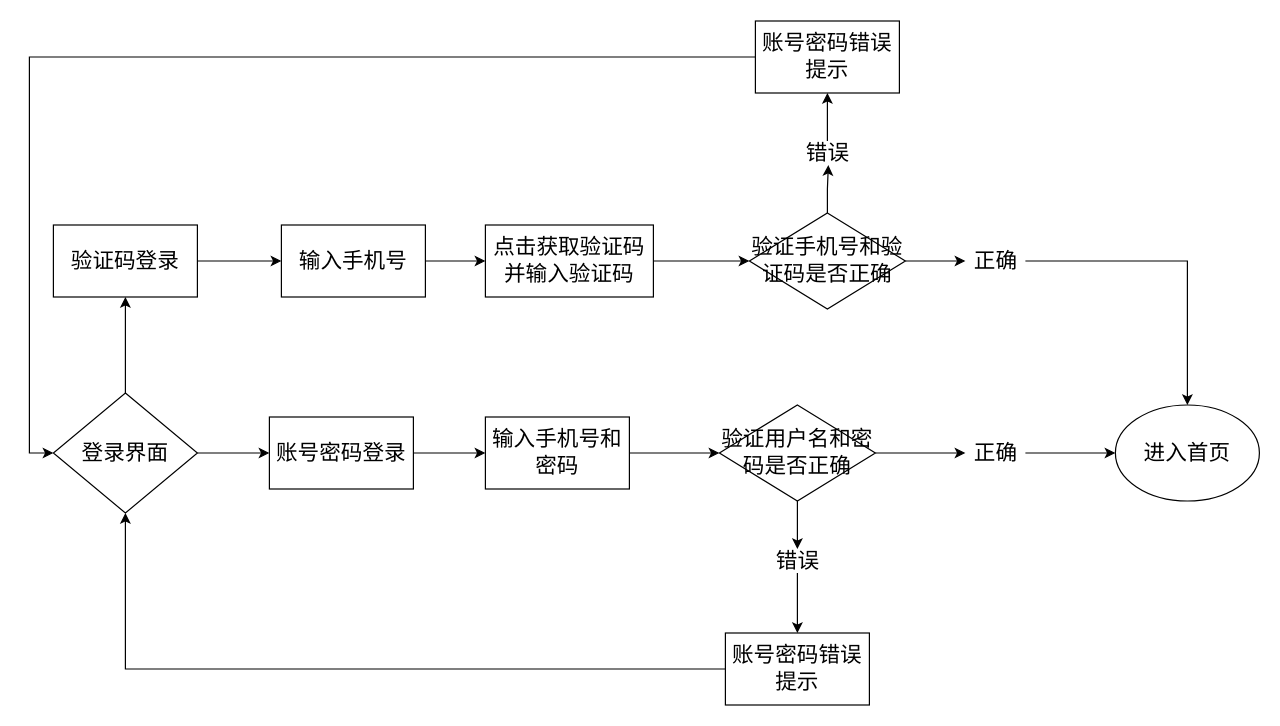
Before: 王者系统/流程图/登录流程图.drawio in fuliang10000/nl_files, a draw.io diagram. Source tidied: cells renumbered, new cells numbered last; positions are measured from the earlier drawing's top-left corner, leaving out a move shared by most shapes. Both pictures are drawn from the tidied source at 120%, with x=0, y=0 at pixel (53, 20).
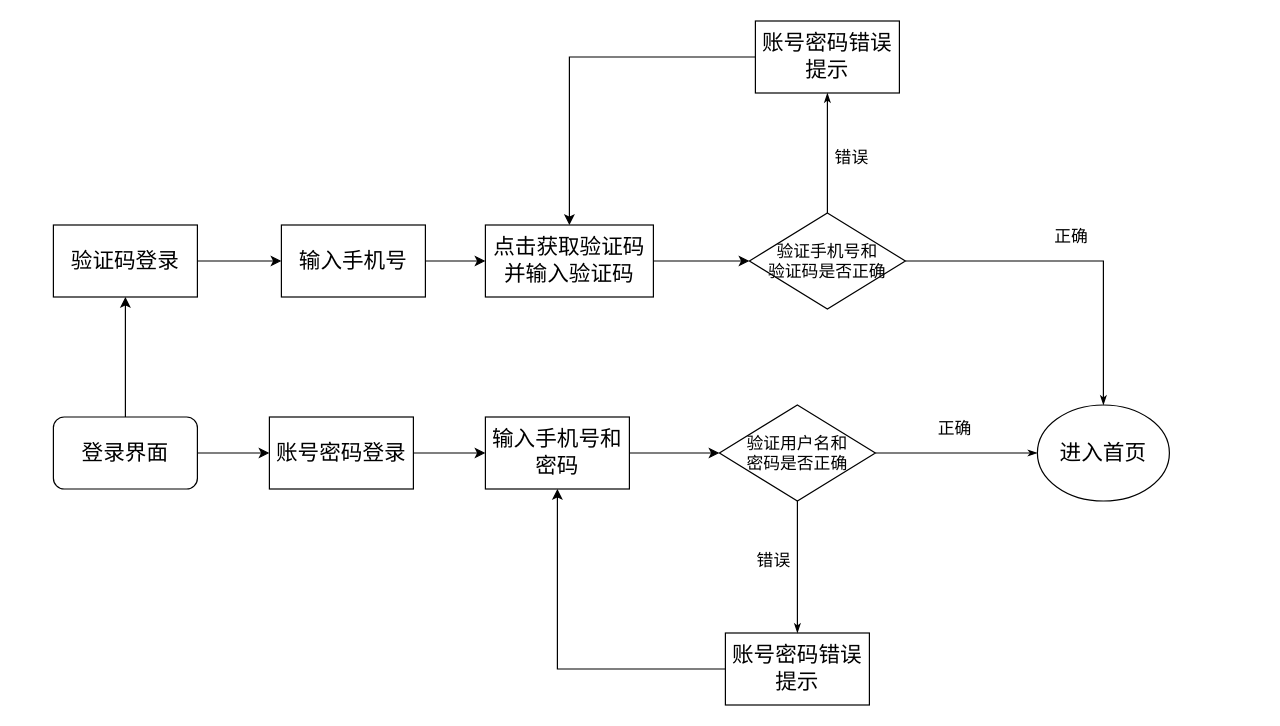
After the change.

Unchanged cells that the change refers to:
```xml
<mxCell id="3" value="&lt;font style=&quot;font-size: 18px&quot;&gt;账号密码登录&lt;br&gt;&lt;/font&gt;" style="rounded=0;whiteSpace=wrap;html=1;" parent="1" vertex="1">
  <mxGeometry x="180" y="330" width="120" height="60" as="geometry" />
</mxCell>
<mxCell id="10" value="&lt;font style=&quot;font-size: 18px&quot;&gt;输入手机号和密码&lt;br&gt;&lt;/font&gt;" style="rounded=0;whiteSpace=wrap;html=1;" parent="1" vertex="1">
  <mxGeometry x="360" y="330" width="120" height="60" as="geometry" />
</mxCell>
<mxCell id="14" value="&lt;font style=&quot;font-size: 18px&quot;&gt;点击获取验证码并输入验证码&lt;br&gt;&lt;/font&gt;" style="rounded=0;whiteSpace=wrap;html=1;" parent="1" vertex="1">
  <mxGeometry x="360" y="170" width="140" height="60" as="geometry" />
</mxCell>
<mxCell id="22" value="&lt;font style=&quot;font-size: 18px&quot;&gt;账号密码错误提示&lt;br&gt;&lt;/font&gt;" style="rounded=0;whiteSpace=wrap;html=1;" parent="1" vertex="1">
  <mxGeometry x="560" y="510" width="120" height="60" as="geometry" />
</mxCell>
<mxCell id="31" value="&lt;font style=&quot;font-size: 18px&quot;&gt;账号密码错误提示&lt;br&gt;&lt;/font&gt;" style="rounded=0;whiteSpace=wrap;html=1;" parent="1" vertex="1">
  <mxGeometry x="585" width="120" height="60" as="geometry" />
</mxCell>
```

Diff of the diagram source:
```diff
@@
-    <mxCell id="4" style="edgeStyle=orthogonalEdgeStyle;rounded=0;jettySize=auto;html=1;entryX=0;entryY=0.5;entryDx=0;entryDy=0;" parent="1" edge="1" source="6" target="3">
+    <mxCell id="4" style="edgeStyle=orthogonalEdgeStyle;rounded=0;jettySize=auto;html=1;entryX=0;entryY=0.5;entryDx=0;entryDy=0;exitX=1;exitY=0.5;exitDx=0;exitDy=0;" parent="1" edge="1" source="6" target="3">
       <mxGeometry relative="1" as="geometry" />
     </mxCell>
@@
-    <mxCell id="6" value="&lt;span style=&quot;font-size: 18px ; white-space: normal&quot;&gt;登录界面&lt;/span&gt;" style="rhombus;whiteSpace=wrap;html=1;" parent="1" vertex="1">
-      <mxGeometry y="310" width="120" height="100" as="geometry" />
-    </mxCell>
@@
-    <mxCell id="15" style="edgeStyle=orthogonalEdgeStyle;rounded=0;jettySize=auto;html=1;fontStyle=0;entryX=0.5;entryY=0;entryDx=0;entryDy=0;" parent="1" edge="1" source="19" target="22">
-      <mxGeometry relative="1" as="geometry" />
-    </mxCell>
-    <mxCell id="16" style="edgeStyle=orthogonalEdgeStyle;rounded=0;jettySize=auto;html=1;entryX=0;entryY=0.5;entryDx=0;entryDy=0;" parent="1" edge="1" source="23" target="25">
-      <mxGeometry relative="1" as="geometry" />
-    </mxCell>
-    <mxCell id="17" value="&lt;font style=&quot;font-size: 18px&quot;&gt;验证用户名和密码是否正确&lt;/font&gt;" style="rhombus;whiteSpace=wrap;html=1;" parent="1" vertex="1">
+    <mxCell id="17" value="&lt;font style=&quot;font-size: 14px&quot;&gt;验证用户名和&lt;br&gt;密码是否正确&lt;/font&gt;" style="rhombus;whiteSpace=wrap;html=1;" parent="1" vertex="1">
       <mxGeometry x="555" y="320" width="130" height="80" as="geometry" />
     </mxCell>
-    <mxCell id="18" style="edgeStyle=orthogonalEdgeStyle;rounded=0;orthogonalLoop=1;jettySize=auto;html=1;exitX=0.5;exitY=0;exitDx=0;exitDy=0;" parent="1" edge="1">
-      <mxGeometry relative="1" as="geometry">
-        <mxPoint x="685.6" y="490.2" as="sourcePoint" />
-        <mxPoint x="685.6" y="490.2" as="targetPoint" />
-      </mxGeometry>
-    </mxCell>
-    <mxCell id="19" value="&lt;font style=&quot;font-size: 18px&quot;&gt;错误&lt;br&gt;&lt;/font&gt;" style="text;html=1;align=center;verticalAlign=middle;points=[];fillColor=none;strokeColor=none;rounded=0;" parent="1" vertex="1">
-      <mxGeometry x="595" y="440" width="50" height="20" as="geometry" />
-    </mxCell>
-    <mxCell id="20" style="edgeStyle=orthogonalEdgeStyle;rounded=0;jettySize=auto;html=1;fontStyle=0;" parent="1" edge="1" source="17" target="19">
-      <mxGeometry relative="1" as="geometry" />
-    </mxCell>
-    <mxCell id="21" style="edgeStyle=orthogonalEdgeStyle;rounded=0;jettySize=auto;html=1;entryX=0.5;entryY=1;entryDx=0;entryDy=0;" parent="1" edge="1" source="22" target="6">
+    <mxCell id="21" style="edgeStyle=orthogonalEdgeStyle;rounded=0;jettySize=auto;html=1;entryX=0.5;entryY=1;entryDx=0;entryDy=0;" parent="1" edge="1" source="22" target="10">
       <mxGeometry relative="1" as="geometry" />
     </mxCell>
@@
-    <mxCell id="23" value="&lt;font style=&quot;font-size: 18px&quot;&gt;正确&lt;br&gt;&lt;/font&gt;" style="text;html=1;align=center;verticalAlign=middle;points=[];fillColor=none;strokeColor=none;rounded=0;" parent="1" vertex="1">
-      <mxGeometry x="760" y="350" width="50" height="20" as="geometry" />
-    </mxCell>
-    <mxCell id="24" style="edgeStyle=orthogonalEdgeStyle;rounded=0;jettySize=auto;html=1;" parent="1" edge="1" source="17" target="23">
-      <mxGeometry relative="1" as="geometry" />
-    </mxCell>
     <mxCell id="25" value="&lt;span style=&quot;white-space: normal&quot;&gt;&lt;font style=&quot;font-size: 18px&quot;&gt;进入首页&lt;/font&gt;&lt;/span&gt;" style="ellipse;whiteSpace=wrap;html=1;" parent="1" vertex="1">
-      <mxGeometry x="885" y="320" width="120" height="80" as="geometry" />
+      <mxGeometry x="820" y="320" width="110" height="80" as="geometry" />
     </mxCell>
-    <mxCell id="26" style="edgeStyle=orthogonalEdgeStyle;rounded=0;jettySize=auto;html=1;entryX=0.516;entryY=1.003;entryDx=0;entryDy=0;entryPerimeter=0;" parent="1" edge="1" source="27" target="29">
-      <mxGeometry relative="1" as="geometry" />
-    </mxCell>
-    <mxCell id="27" value="&lt;font style=&quot;font-size: 18px&quot;&gt;验证手机号和验证码是否正确&lt;/font&gt;" style="rhombus;whiteSpace=wrap;html=1;" parent="1" vertex="1">
+    <mxCell id="27" value="&lt;font style=&quot;font-size: 14px&quot;&gt;验证手机号和&lt;br&gt;验证码是否正确&lt;/font&gt;" style="rhombus;whiteSpace=wrap;html=1;" parent="1" vertex="1">
       <mxGeometry x="580" y="160" width="130" height="80" as="geometry" />
     </mxCell>
-    <mxCell id="28" style="edgeStyle=orthogonalEdgeStyle;rounded=0;jettySize=auto;html=1;entryX=0.5;entryY=1;entryDx=0;entryDy=0;" parent="1" edge="1" source="29" target="31">
-      <mxGeometry relative="1" as="geometry" />
-    </mxCell>
-    <mxCell id="29" value="&lt;font style=&quot;font-size: 18px&quot;&gt;错误&lt;br&gt;&lt;/font&gt;" style="text;html=1;align=center;verticalAlign=middle;points=[];fillColor=none;strokeColor=none;rounded=0;" parent="1" vertex="1">
-      <mxGeometry x="620" y="100" width="50" height="20" as="geometry" />
-    </mxCell>
-    <mxCell id="30" style="edgeStyle=orthogonalEdgeStyle;rounded=0;jettySize=auto;html=1;entryX=0;entryY=0.5;entryDx=0;entryDy=0;" parent="1" edge="1" source="31" target="6">
+    <mxCell id="30" style="edgeStyle=orthogonalEdgeStyle;rounded=0;jettySize=auto;html=1;entryX=0.5;entryY=0;entryDx=0;entryDy=0;" parent="1" edge="1" source="31" target="14">
       <mxGeometry relative="1" as="geometry" />
     </mxCell>
@@
-    <mxCell id="32" style="edgeStyle=orthogonalEdgeStyle;rounded=0;jettySize=auto;html=1;entryX=0.5;entryY=0;entryDx=0;entryDy=0;" parent="1" edge="1" source="33" target="25">
-      <mxGeometry relative="1" as="geometry" />
-    </mxCell>
-    <mxCell id="33" value="&lt;font style=&quot;font-size: 18px&quot;&gt;正确&lt;br&gt;&lt;/font&gt;" style="text;html=1;align=center;verticalAlign=middle;points=[];fillColor=none;strokeColor=none;rounded=0;" parent="1" vertex="1">
-      <mxGeometry x="760" y="190" width="50" height="20" as="geometry" />
-    </mxCell>
-    <mxCell id="34" style="edgeStyle=orthogonalEdgeStyle;rounded=0;jettySize=auto;html=1;" parent="1" edge="1" source="27" target="33">
-      <mxGeometry relative="1" as="geometry" />
-    </mxCell>
+    <mxCell id="35" value="&lt;font style=&quot;font-size: 14px&quot;&gt;错误&lt;/font&gt;" style="edgeStyle=orthogonalEdgeStyle;rounded=0;html=1;labelBackgroundColor=none;startArrow=none;startFill=0;startSize=5;endArrow=classicThin;endFill=1;endSize=5;jettySize=auto;strokeColor=#000000;strokeWidth=1;fontFamily=Verdana;fontSize=8;fontColor=#000000;entryX=0.5;entryY=0;entryDx=0;entryDy=0;exitX=0.5;exitY=1;exitDx=0;exitDy=0;" parent="1" edge="1" source="17" target="22">
+      <mxGeometry x="-0.09" y="-20" relative="1" as="geometry" />
+    </mxCell>
+    <mxCell id="36" value="&lt;font style=&quot;font-size: 14px&quot;&gt;正确&lt;/font&gt;" style="edgeStyle=orthogonalEdgeStyle;rounded=0;html=1;labelBackgroundColor=none;startArrow=none;startFill=0;startSize=5;endArrow=classicThin;endFill=1;endSize=5;jettySize=auto;strokeColor=#000000;strokeWidth=1;fontFamily=Verdana;fontSize=8;fontColor=#000000;exitX=1;exitY=0.5;exitDx=0;exitDy=0;" parent="1" edge="1" source="17">
+      <mxGeometry x="-0.03" y="20" relative="1" as="geometry">
+        <mxPoint x="820" y="360" as="targetPoint" />
+      </mxGeometry>
+    </mxCell>
+    <mxCell id="37" value="&lt;font style=&quot;font-size: 14px&quot;&gt;正确&lt;/font&gt;" style="edgeStyle=orthogonalEdgeStyle;rounded=0;html=1;labelBackgroundColor=none;startArrow=none;startFill=0;startSize=5;endArrow=classicThin;endFill=1;endSize=5;jettySize=auto;strokeColor=#000000;strokeWidth=1;fontFamily=Verdana;fontSize=8;fontColor=#000000;exitX=1;exitY=0.5;exitDx=0;exitDy=0;entryX=0.5;entryY=0;entryDx=0;entryDy=0;" parent="1" edge="1" source="27" target="25">
+      <mxGeometry x="-0.03" y="20" relative="1" as="geometry" />
+    </mxCell>
+    <mxCell id="38" value="&lt;font style=&quot;font-size: 14px&quot;&gt;错误&lt;/font&gt;" style="edgeStyle=orthogonalEdgeStyle;rounded=0;html=1;labelBackgroundColor=none;startArrow=none;startFill=0;startSize=5;endArrow=classicThin;endFill=1;endSize=5;jettySize=auto;strokeColor=#000000;strokeWidth=1;fontFamily=Verdana;fontSize=8;fontColor=#000000;entryX=0.5;entryY=1;entryDx=0;entryDy=0;exitX=0.5;exitY=0;exitDx=0;exitDy=0;" parent="1" edge="1" source="27" target="31">
+      <mxGeometry x="-0.09" y="-20" relative="1" as="geometry" />
+    </mxCell>
+    <mxCell id="6" value="&lt;span style=&quot;font-size: 18px ; white-space: normal&quot;&gt;登录界面&lt;/span&gt;" style="rounded=1;whiteSpace=wrap;html=1;" parent="1" vertex="1">
+      <mxGeometry y="330" width="120" height="60" as="geometry" />
+    </mxCell>
```
